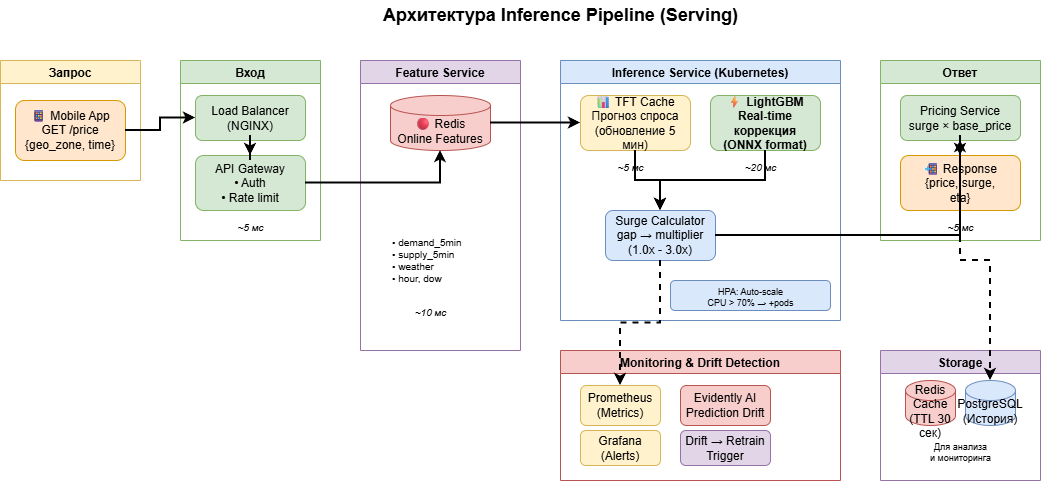
Earlier version of the draw.io export diagrams/4_inference_pipeline.drawio.png (mityamuch/MachineSystemsKP). Source tidied: cells renumbered, new cells last; positions are measured from the earlier drawing's top-left corner, leaving out a move shared by most shapes.
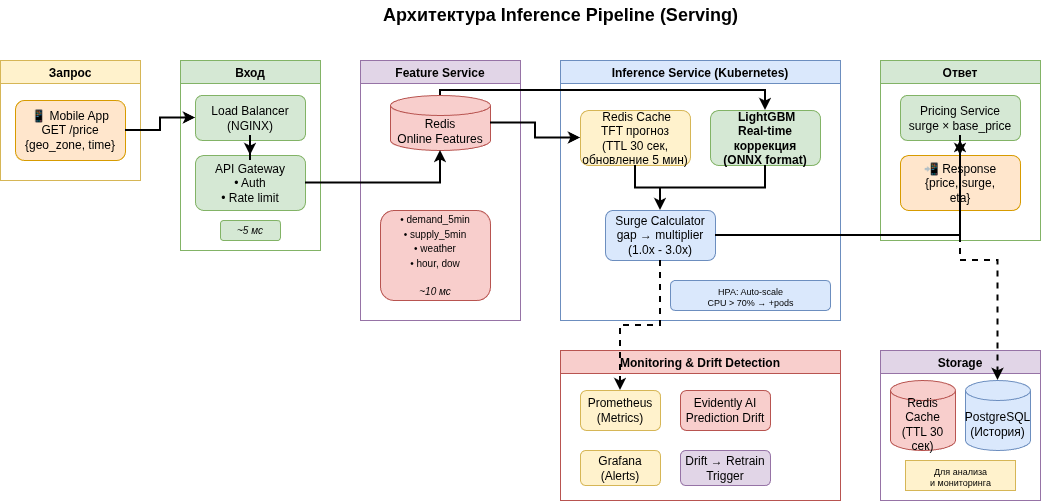
Later version of the same file.

Change to the diagram source:
```diff
@@ -12,7 +12,7 @@
       <mxGeometry x="15" y="40" width="110" height="60" as="geometry" />
     </mxCell>
     <mxCell id="5" value="Вход" style="swimlane;fillColor=#d5e8d4;strokeColor=#82b366;fontStyle=1;" parent="1" vertex="1">
-      <mxGeometry x="180" y="60" width="140" height="180" as="geometry" />
+      <mxGeometry x="180" y="60" width="140" height="190" as="geometry" />
     </mxCell>
     <mxCell id="6" value="Load Balancer&#10;(NGINX)" style="rounded=1;whiteSpace=wrap;html=1;fillColor=#d5e8d4;strokeColor=#82b366;" parent="5" vertex="1">
       <mxGeometry x="15" y="35" width="110" height="45" as="geometry" />
@@ -20,36 +20,27 @@
     <mxCell id="7" value="API Gateway&#10;• Auth&#10;• Rate limit" style="rounded=1;whiteSpace=wrap;html=1;fillColor=#d5e8d4;strokeColor=#82b366;" parent="5" vertex="1">
       <mxGeometry x="15" y="95" width="110" height="55" as="geometry" />
     </mxCell>
-    <mxCell id="8" value="~5 мс" style="text;html=1;strokeColor=none;fillColor=none;align=center;fontSize=10;fontStyle=2;" parent="5" vertex="1">
-      <mxGeometry x="40" y="155" width="60" height="20" as="geometry" />
-    </mxCell>
+    <mxCell id="43" value="&lt;span style=&quot;font-size: 10px; font-style: italic; text-wrap-mode: nowrap;&quot;&gt;~5 мс&lt;/span&gt;" style="rounded=1;whiteSpace=wrap;html=1;fillColor=#d5e8d4;strokeColor=#82b366;" parent="5" vertex="1">
+      <mxGeometry x="40" y="160" width="60" height="20" as="geometry" />
+    </mxCell>
     <mxCell id="9" value="Feature Service" style="swimlane;fillColor=#e1d5e7;strokeColor=#9673a6;fontStyle=1;" parent="1" vertex="1">
-      <mxGeometry x="360" y="60" width="160" height="290" as="geometry" />
+      <mxGeometry x="360" y="60" width="160" height="260" as="geometry" />
     </mxCell>
-    <mxCell id="10" value="🔴 Redis&#10;Online Features" style="shape=cylinder3;whiteSpace=wrap;html=1;boundedLbl=1;backgroundOutline=1;size=10;fillColor=#f8cecc;strokeColor=#b85450;" parent="9" vertex="1">
+    <mxCell id="10" value="Redis&lt;br&gt;Online Features" style="shape=cylinder3;whiteSpace=wrap;html=1;boundedLbl=1;backgroundOutline=1;size=10;fillColor=#F8CECC;strokeColor=#B85450;" parent="9" vertex="1">
       <mxGeometry x="30" y="35" width="100" height="55" as="geometry" />
     </mxCell>
-    <mxCell id="11" value="• demand_5min&#10;• supply_5min&#10;• weather&#10;• hour, dow" style="text;html=1;strokeColor=none;fillColor=none;align=left;fontSize=10;" parent="9" vertex="1">
-      <mxGeometry x="30" y="170" width="100" height="50" as="geometry" />
-    </mxCell>
-    <mxCell id="12" value="~10 мс" style="text;html=1;strokeColor=none;fillColor=none;align=center;fontSize=10;fontStyle=2;" parent="9" vertex="1">
-      <mxGeometry x="40" y="240" width="60" height="20" as="geometry" />
-    </mxCell>
+    <mxCell id="44" value="&lt;span style=&quot;font-size: 10px; text-align: left; text-wrap-mode: nowrap;&quot;&gt;• demand_5min&lt;/span&gt;&lt;br style=&quot;font-size: 10px; text-align: left; text-wrap-mode: nowrap;&quot;&gt;&lt;span style=&quot;font-size: 10px; text-align: left; text-wrap-mode: nowrap;&quot;&gt;• supply_5min&lt;/span&gt;&lt;br style=&quot;font-size: 10px; text-align: left; text-wrap-mode: nowrap;&quot;&gt;&lt;span style=&quot;font-size: 10px; text-align: left; text-wrap-mode: nowrap;&quot;&gt;• weather&lt;/span&gt;&lt;br style=&quot;font-size: 10px; text-align: left; text-wrap-mode: nowrap;&quot;&gt;&lt;span style=&quot;font-size: 10px; text-align: left; text-wrap-mode: nowrap;&quot;&gt;• hour, dow&lt;/span&gt;&lt;div&gt;&lt;span style=&quot;font-size: 10px; text-align: left; text-wrap-mode: nowrap;&quot;&gt;&lt;br&gt;&lt;/span&gt;&lt;/div&gt;&lt;div&gt;&lt;span style=&quot;font-size: 10px; font-style: italic; text-wrap-mode: nowrap;&quot;&gt;~10 мс&lt;/span&gt;&lt;span style=&quot;font-size: 10px; text-align: left; text-wrap-mode: nowrap;&quot;&gt;&lt;/span&gt;&lt;/div&gt;" style="rounded=1;whiteSpace=wrap;html=1;fillColor=#F8CECC;strokeColor=#B85450;gradientColor=none;" parent="9" vertex="1">
+      <mxGeometry x="20" y="150" width="110" height="90" as="geometry" />
+    </mxCell>
     <mxCell id="13" value="Inference Service (Kubernetes)" style="swimlane;fillColor=#dae8fc;strokeColor=#6c8ebf;fontStyle=1;" parent="1" vertex="1">
       <mxGeometry x="560" y="60" width="280" height="260" as="geometry" />
     </mxCell>
-    <mxCell id="14" value="📊 TFT Cache&#10;Прогноз спроса&#10;(обновление 5 мин)" style="rounded=1;whiteSpace=wrap;html=1;fillColor=#fff2cc;strokeColor=#d6b656;" parent="13" vertex="1">
-      <mxGeometry x="20" y="35" width="110" height="55" as="geometry" />
+    <mxCell id="14" value="&amp;nbsp;Redis Cache&lt;br&gt;TFT прогноз&lt;br&gt;(TTL 30 сек,&lt;br&gt;обновление 5 мин)" style="rounded=1;whiteSpace=wrap;html=1;fillColor=#fff2cc;strokeColor=#d6b656;" parent="13" vertex="1">
+      <mxGeometry x="20" y="50" width="110" height="55" as="geometry" />
     </mxCell>
-    <mxCell id="15" value="~5 мс" style="text;html=1;strokeColor=none;fillColor=none;align=center;fontSize=10;fontStyle=2;" parent="13" vertex="1">
-      <mxGeometry x="40" y="95" width="60" height="15" as="geometry" />
-    </mxCell>
-    <mxCell id="16" value="⚡ LightGBM&#10;Real-time коррекция&#10;(ONNX format)" style="rounded=1;whiteSpace=wrap;html=1;fillColor=#d5e8d4;strokeColor=#82b366;fontStyle=1;" parent="13" vertex="1">
-      <mxGeometry x="150" y="35" width="110" height="55" as="geometry" />
+    <mxCell id="16" value="&amp;nbsp;LightGBM&lt;br&gt;Real-time коррекция&lt;br&gt;(ONNX format)" style="rounded=1;whiteSpace=wrap;html=1;fillColor=#d5e8d4;strokeColor=#82b366;fontStyle=1;" parent="13" vertex="1">
+      <mxGeometry x="150" y="50" width="110" height="55" as="geometry" />
     </mxCell>
-    <mxCell id="17" value="~20 мс" style="text;html=1;strokeColor=none;fillColor=none;align=center;fontSize=10;fontStyle=2;" parent="13" vertex="1">
-      <mxGeometry x="170" y="95" width="60" height="15" as="geometry" />
-    </mxCell>
     <mxCell id="18" value="Surge Calculator&#10;gap → multiplier&#10;(1.0x - 3.0x)" style="rounded=1;whiteSpace=wrap;html=1;fillColor=#dae8fc;strokeColor=#6c8ebf;" parent="13" vertex="1">
       <mxGeometry x="45" y="150" width="110" height="50" as="geometry" />
     </mxCell>
@@ -65,35 +56,32 @@
     <mxCell id="22" value="📲 Response&#10;{price, surge,&#10;eta}" style="rounded=1;whiteSpace=wrap;html=1;fillColor=#ffe6cc;strokeColor=#d79b00;" parent="20" vertex="1">
       <mxGeometry x="20" y="95" width="120" height="55" as="geometry" />
     </mxCell>
-    <mxCell id="23" value="~5 мс" style="text;html=1;strokeColor=none;fillColor=none;align=center;fontSize=10;fontStyle=2;" parent="20" vertex="1">
-      <mxGeometry x="50" y="155" width="60" height="20" as="geometry" />
-    </mxCell>
     <mxCell id="24" value="Monitoring &amp; Drift Detection" style="swimlane;fillColor=#f8cecc;strokeColor=#b85450;fontStyle=1;" parent="1" vertex="1">
-      <mxGeometry x="560" y="350" width="280" height="130" as="geometry" />
+      <mxGeometry x="560" y="350" width="280" height="150" as="geometry" />
     </mxCell>
     <mxCell id="25" value="Prometheus&#10;(Metrics)" style="rounded=1;whiteSpace=wrap;html=1;fillColor=#fff2cc;strokeColor=#d6b656;" parent="24" vertex="1">
-      <mxGeometry x="20" y="35" width="80" height="40" as="geometry" />
+      <mxGeometry x="20" y="40" width="80" height="40" as="geometry" />
     </mxCell>
     <mxCell id="26" value="Grafana&#10;(Alerts)" style="rounded=1;whiteSpace=wrap;html=1;fillColor=#fff2cc;strokeColor=#d6b656;" parent="24" vertex="1">
-      <mxGeometry x="20" y="80" width="80" height="35" as="geometry" />
+      <mxGeometry x="20" y="100" width="80" height="35" as="geometry" />
     </mxCell>
     <mxCell id="27" value="Evidently AI&#10;Prediction Drift" style="rounded=1;whiteSpace=wrap;html=1;fillColor=#f8cecc;strokeColor=#b85450;" parent="24" vertex="1">
-      <mxGeometry x="120" y="35" width="90" height="40" as="geometry" />
+      <mxGeometry x="120" y="40" width="90" height="40" as="geometry" />
     </mxCell>
     <mxCell id="28" value="Drift → Retrain&#10;Trigger" style="rounded=1;whiteSpace=wrap;html=1;fillColor=#e1d5e7;strokeColor=#9673a6;" parent="24" vertex="1">
-      <mxGeometry x="120" y="80" width="90" height="35" as="geometry" />
+      <mxGeometry x="120" y="100" width="90" height="35" as="geometry" />
     </mxCell>
     <mxCell id="29" value="Storage" style="swimlane;fillColor=#e1d5e7;strokeColor=#9673a6;fontStyle=1;" parent="1" vertex="1">
-      <mxGeometry x="880" y="350" width="160" height="130" as="geometry" />
+      <mxGeometry x="880" y="350" width="160" height="150" as="geometry" />
     </mxCell>
     <mxCell id="30" value="Redis Cache&#10;(TTL 30 сек)" style="shape=cylinder3;whiteSpace=wrap;html=1;boundedLbl=1;backgroundOutline=1;size=10;fillColor=#f8cecc;strokeColor=#b85450;" parent="29" vertex="1">
-      <mxGeometry x="25" y="30" width="50" height="45" as="geometry" />
+      <mxGeometry x="10" y="30" width="65" height="70" as="geometry" />
     </mxCell>
     <mxCell id="31" value="PostgreSQL&#10;(История)" style="shape=cylinder3;whiteSpace=wrap;html=1;boundedLbl=1;backgroundOutline=1;size=10;fillColor=#dae8fc;strokeColor=#6c8ebf;" parent="29" vertex="1">
-      <mxGeometry x="85" y="30" width="50" height="45" as="geometry" />
+      <mxGeometry x="85" y="30" width="65" height="70" as="geometry" />
     </mxCell>
-    <mxCell id="32" value="Для анализа&#10;и мониторинга" style="text;html=1;strokeColor=none;fillColor=none;align=center;fontSize=9;" parent="29" vertex="1">
-      <mxGeometry x="25" y="85" width="110" height="30" as="geometry" />
+    <mxCell id="32" value="Для анализа&#10;и мониторинга" style="text;html=1;strokeColor=#d6b656;fillColor=#fff2cc;align=center;fontSize=9;" parent="29" vertex="1">
+      <mxGeometry x="25" y="110" width="110" height="30" as="geometry" />
     </mxCell>
     <mxCell id="33" style="edgeStyle=orthogonalEdgeStyle;rounded=0;jettySize=auto;html=1;strokeWidth=2;" parent="1" edge="1" source="4" target="6">
       <mxGeometry relative="1" as="geometry" />
@@ -107,6 +95,14 @@
     <mxCell id="36" style="edgeStyle=orthogonalEdgeStyle;rounded=0;jettySize=auto;html=1;strokeWidth=2;" parent="1" edge="1" source="10" target="14">
       <mxGeometry relative="1" as="geometry" />
     </mxCell>
+    <mxCell id="45" style="edgeStyle=orthogonalEdgeStyle;rounded=0;jettySize=auto;html=1;strokeWidth=2;" parent="1" edge="1" source="10" target="16">
+      <mxGeometry relative="1" as="geometry">
+        <Array as="points">
+          <mxPoint x="440" y="90" />
+          <mxPoint x="765" y="90" />
+        </Array>
+      </mxGeometry>
+    </mxCell>
     <mxCell id="37" style="edgeStyle=orthogonalEdgeStyle;rounded=0;jettySize=auto;html=1;strokeWidth=2;" parent="1" edge="1" source="14" target="18">
       <mxGeometry relative="1" as="geometry" />
     </mxCell>
```
